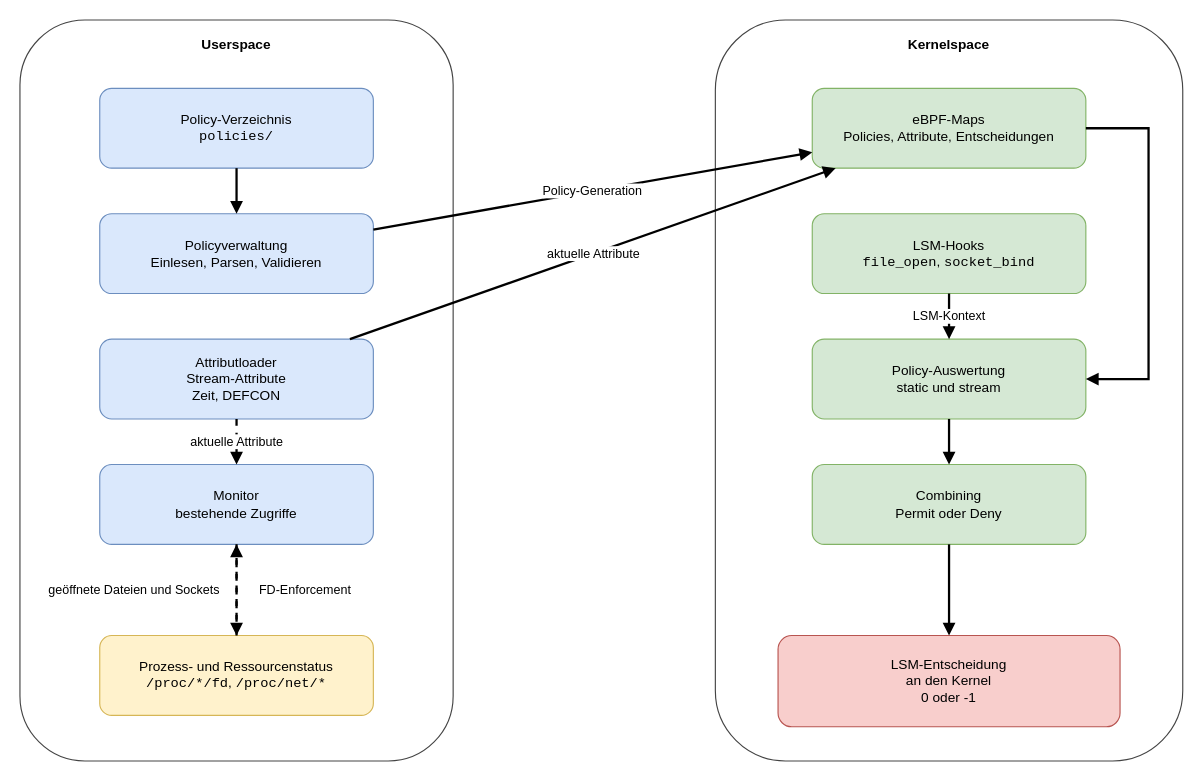
This is thesis/architecture.drawio from KchChr/tails-pdp, a draw.io file, before an edit. Source tidied: cells renumbered, new cells numbered last; positions are measured from the earlier drawing's top-left corner, leaving out a move shared by most shapes. Both pictures are drawn from the tidied source at 114%, with x=0, y=0 at pixel (19, 19).
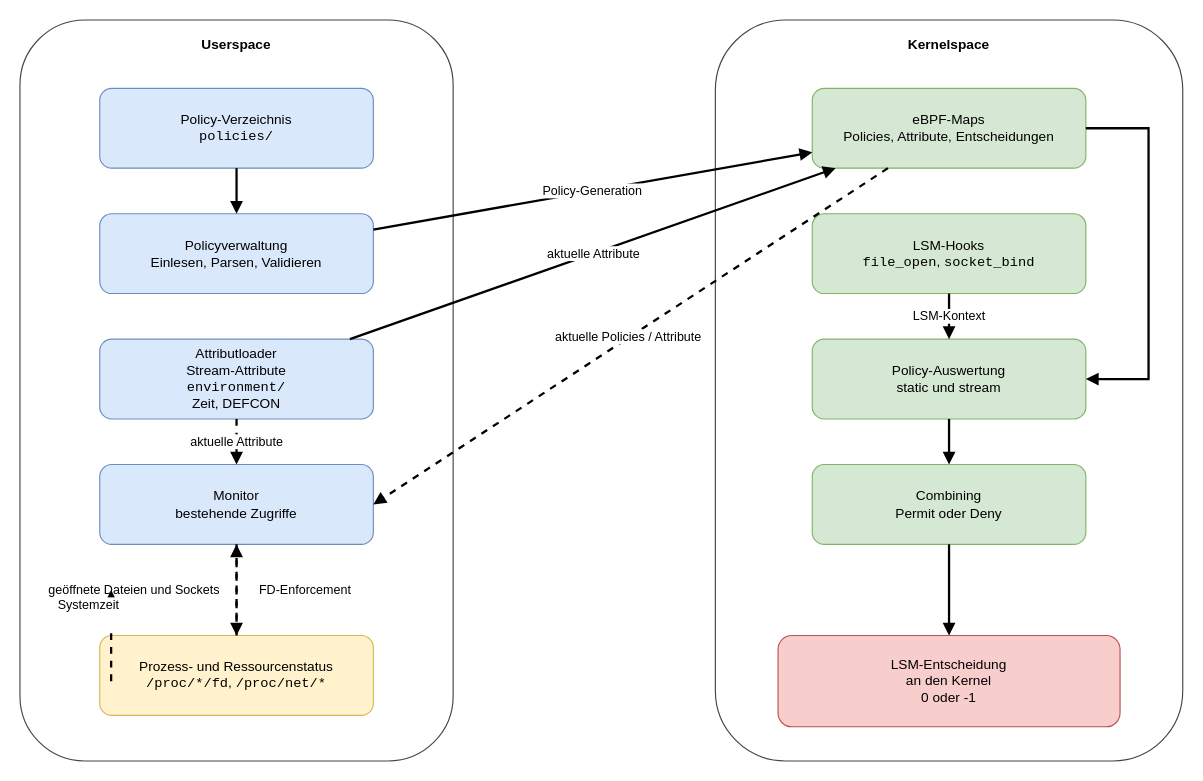
After the change.

The change refers to these unchanged cells:
```xml
<mxCell id="7" value="Monitor&lt;br&gt;bestehende Zugriffe" style="rounded=1;whiteSpace=wrap;html=1;fillColor=#dae8fc;strokeColor=#6c8ebf;" parent="1" vertex="1">
  <mxGeometry x="70" y="390" width="240" height="70" as="geometry" />
</mxCell>
<mxCell id="9" value="eBPF-Maps&lt;br&gt;Policies, Attribute, Entscheidungen" style="rounded=1;whiteSpace=wrap;html=1;fillColor=#d5e8d4;strokeColor=#82b366;" parent="1" vertex="1">
  <mxGeometry x="695" y="60" width="240" height="70" as="geometry" />
</mxCell>
```

Diff of the diagram source:
```diff
@@
-    <mxCell id="6" value="&lt;div&gt;Attributloader&lt;/div&gt;Stream-Attribute&lt;br&gt;Zeit, DEFCON" style="rounded=1;whiteSpace=wrap;html=1;fillColor=#dae8fc;strokeColor=#6c8ebf;" parent="1" vertex="1">
+    <mxCell id="6" value="&lt;div&gt;Attributloader&lt;/div&gt;Stream-Attribute&lt;div&gt;&lt;span style=&quot;font-family: &amp;quot;Courier New&amp;quot;;&quot;&gt;environment/&lt;/span&gt;&lt;br&gt;Zeit, DEFCON&lt;/div&gt;" style="rounded=1;whiteSpace=wrap;html=1;fillColor=#dae8fc;strokeColor=#6c8ebf;" parent="1" vertex="1">
       <mxGeometry x="70" y="280" width="240" height="70" as="geometry" />
     </mxCell>
@@
+    <mxCell id="24" value="aktuelle Policies / Attribute&amp;nbsp;" style="endArrow=block;html=1;rounded=0;strokeWidth=2;entryX=1;entryY=0.5;entryDx=0;entryDy=0;dashed=1;" parent="1" edge="1" source="9" target="7">
+      <mxGeometry relative="1" as="geometry" />
+    </mxCell>
+    <mxCell id="25" value="Systemzeit&lt;div&gt;&lt;br&gt;&lt;/div&gt;" style="endArrow=block;html=1;rounded=0;strokeWidth=2;dashed=1;" parent="1" edge="1">
+      <mxGeometry x="0.5" y="20" relative="1" as="geometry">
+        <mxPoint x="80" y="580" as="sourcePoint" />
+        <mxPoint x="80" y="500" as="targetPoint" />
+      </mxGeometry>
+    </mxCell>
```
